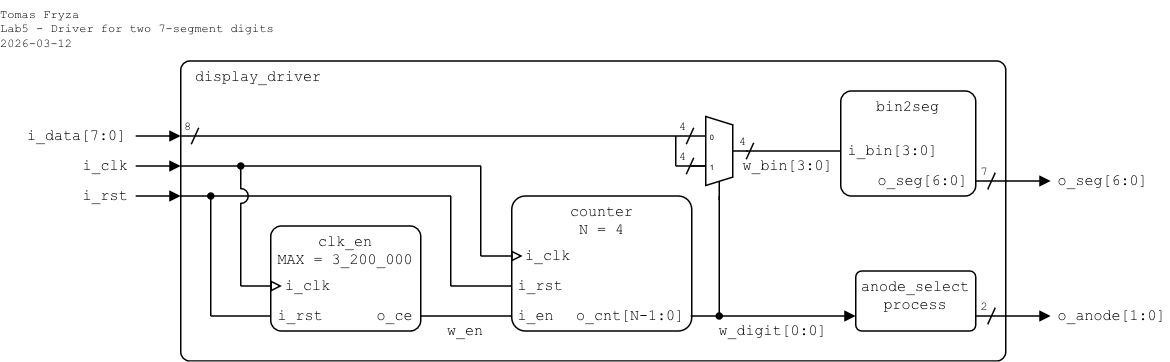
Earlier version of the draw.io export lab5-display/images/schematic_display-driver.png (tomas-fryza/verilog-examples). Source tidied: cells renumbered, new cells last; positions are measured from the earlier drawing's top-left corner, leaving out a move shared by most shapes. The source it was exported from:
```xml
<mxGraphModel>
  <root>
    <mxCell id="0" />
    <mxCell id="1" parent="0" />
    <mxCell id="2" value="display_driver" style="rounded=1;arcSize=3;whiteSpace=wrap;html=1;align=left;verticalAlign=top;fontFamily=Courier New;absoluteArcSize=0;fillColor=none;fontSize=10;spacingLeft=10;imageHeight=24;spacing=0;" parent="1" vertex="1">
      <mxGeometry x="120" y="40" width="550" height="200" as="geometry" />
    </mxCell>
    <mxCell id="3" value="clk_en&lt;div&gt;MAX = 3_200_000&lt;br&gt;&lt;/div&gt;" style="rounded=1;arcSize=10;align=center;verticalAlign=top;fontFamily=Courier New;absoluteArcSize=0;fillColor=none;fixDash=0;fontSize=10;spacingLeft=0;labelBorderColor=none;spacingTop=0;spacing=0;labelBackgroundColor=none;whiteSpace=wrap;html=1;strokeWidth=1;shadow=0;glass=0;" parent="1" vertex="1">
      <mxGeometry x="180" y="150" width="100" height="70" as="geometry" />
    </mxCell>
    <mxCell id="4" value="o_ce" style="text;html=1;align=right;verticalAlign=middle;whiteSpace=wrap;rounded=0;fontFamily=Courier New;fontSize=10;fillOpacity=100;spacing=0;spacingRight=5;" parent="1" vertex="1">
      <mxGeometry x="250" y="200" width="30" height="20" as="geometry" />
    </mxCell>
    <mxCell id="5" style="endArrow=none;html=1;rounded=0;endFill=0;endSize=5;startSize=5;" parent="1" edge="1">
      <mxGeometry relative="1" as="geometry">
        <mxPoint x="497" y="100" as="sourcePoint" />
        <mxPoint x="560" y="100" as="targetPoint" />
      </mxGeometry>
    </mxCell>
    <mxCell id="6" style="endArrow=block;html=1;rounded=0;endFill=1;endSize=5;startSize=5;" parent="1" edge="1">
      <mxGeometry relative="1" as="geometry">
        <mxPoint x="90" y="90" as="sourcePoint" />
        <mxPoint x="120" y="90" as="targetPoint" />
      </mxGeometry>
    </mxCell>
    <mxCell id="7" value="i_data[7:0]" style="text;html=1;align=right;verticalAlign=middle;whiteSpace=wrap;rounded=0;fontFamily=Courier New;fontSize=10;fillOpacity=100;spacing=0;spacingLeft=0;spacingRight=5;" parent="1" vertex="1">
      <mxGeometry x="10" y="80" width="79" height="20" as="geometry" />
    </mxCell>
    <mxCell id="8" value="w_bin[3:0]" style="text;html=1;align=center;verticalAlign=middle;whiteSpace=wrap;rounded=0;fontFamily=Courier New;fontSize=10;fillOpacity=100;spacing=2;spacingLeft=0;" parent="1" vertex="1">
      <mxGeometry x="490" y="100" width="70" height="20" as="geometry" />
    </mxCell>
    <mxCell id="9" value="Mux" style="shadow=0;dashed=0;align=center;html=1;strokeWidth=1;shape=mxgraph.electrical.abstract.mux2;whiteSpace=wrap;fontSize=10;fontFamily=Courier New;fontColor=none;noLabel=1;" parent="1" vertex="1">
      <mxGeometry x="460" y="77" width="38" height="56" as="geometry" />
    </mxCell>
    <mxCell id="10" style="endArrow=none;html=1;rounded=0;endFill=0;endSize=5;startSize=5;" parent="1" edge="1">
      <mxGeometry relative="1" as="geometry">
        <mxPoint x="120" y="90" as="sourcePoint" />
        <mxPoint x="460" y="90" as="targetPoint" />
      </mxGeometry>
    </mxCell>
    <mxCell id="11" style="endArrow=none;html=1;rounded=0;endFill=0;endSize=5;startSize=5;" parent="1" edge="1">
      <mxGeometry relative="1" as="geometry">
        <mxPoint x="450" y="110" as="sourcePoint" />
        <mxPoint x="470" y="110" as="targetPoint" />
      </mxGeometry>
    </mxCell>
    <mxCell id="12" style="endArrow=oval;html=1;rounded=0;startArrow=none;startFill=0;endSize=4;startSize=4;endFill=1;" parent="1" edge="1">
      <mxGeometry relative="1" as="geometry">
        <mxPoint x="479" y="130" as="sourcePoint" />
        <mxPoint x="479" y="210" as="targetPoint" />
      </mxGeometry>
    </mxCell>
    <mxCell id="13" style="endArrow=block;html=1;rounded=0;endFill=1;orthogonal=1;endSize=5;startSize=5;" parent="1" edge="1">
      <mxGeometry relative="1" as="geometry">
        <mxPoint x="460" y="210" as="sourcePoint" />
        <mxPoint x="570" y="210" as="targetPoint" />
      </mxGeometry>
    </mxCell>
    <mxCell id="14" value="o_anode[1:0]" style="text;html=1;align=left;verticalAlign=middle;whiteSpace=wrap;rounded=0;fontFamily=Courier New;fontSize=10;fillOpacity=100;spacing=0;spacingLeft=5;" parent="1" vertex="1">
      <mxGeometry x="700" y="200" width="80" height="20" as="geometry" />
    </mxCell>
    <mxCell id="15" style="endArrow=block;html=1;rounded=0;endFill=1;endSize=5;startSize=5;" parent="1" edge="1">
      <mxGeometry relative="1" as="geometry">
        <mxPoint x="650" y="120" as="sourcePoint" />
        <mxPoint x="700" y="120" as="targetPoint" />
      </mxGeometry>
    </mxCell>
    <mxCell id="16" value="o_seg[6:0]" style="text;html=1;align=left;verticalAlign=middle;whiteSpace=wrap;rounded=0;fontFamily=Courier New;fontSize=10;fillOpacity=100;spacing=0;spacingLeft=5;" parent="1" vertex="1">
      <mxGeometry x="700" y="110" width="70" height="20" as="geometry" />
    </mxCell>
    <mxCell id="17" value="7" style="text;html=1;align=center;verticalAlign=middle;whiteSpace=wrap;rounded=0;fontFamily=Courier New;fontSize=8;fillOpacity=100;spacing=2;spacingRight=0;" parent="1" vertex="1">
      <mxGeometry x="651" y="104" width="10" height="20" as="geometry" />
    </mxCell>
    <mxCell id="18" style="endArrow=none;html=1;rounded=0;startArrow=none;startFill=0;endSize=4;startSize=4;" parent="1" edge="1">
      <mxGeometry relative="1" as="geometry">
        <mxPoint x="663" y="114.5" as="sourcePoint" />
        <mxPoint x="658" y="125.5" as="targetPoint" />
      </mxGeometry>
    </mxCell>
    <mxCell id="19" value="4" style="text;html=1;align=center;verticalAlign=middle;whiteSpace=wrap;rounded=0;fontFamily=Courier New;fontSize=8;fillOpacity=100;spacing=2;spacingRight=0;" parent="1" vertex="1">
      <mxGeometry x="450" y="94" width="10" height="20" as="geometry" />
    </mxCell>
    <mxCell id="20" style="endArrow=none;html=1;rounded=0;startArrow=none;startFill=0;endSize=4;startSize=4;" parent="1" edge="1">
      <mxGeometry relative="1" as="geometry">
        <mxPoint x="462" y="104.5" as="sourcePoint" />
        <mxPoint x="457" y="115.5" as="targetPoint" />
      </mxGeometry>
    </mxCell>
    <mxCell id="21" value="4" style="text;html=1;align=center;verticalAlign=middle;whiteSpace=wrap;rounded=0;fontFamily=Courier New;fontSize=8;fillOpacity=100;spacing=2;spacingRight=0;" parent="1" vertex="1">
      <mxGeometry x="450" y="74" width="10" height="20" as="geometry" />
    </mxCell>
    <mxCell id="22" style="endArrow=none;html=1;rounded=0;startArrow=none;startFill=0;endSize=4;startSize=4;" parent="1" edge="1">
      <mxGeometry relative="1" as="geometry">
        <mxPoint x="462" y="84.5" as="sourcePoint" />
        <mxPoint x="457" y="95.5" as="targetPoint" />
      </mxGeometry>
    </mxCell>
    <mxCell id="23" value="4" style="text;html=1;align=center;verticalAlign=middle;whiteSpace=wrap;rounded=0;fontFamily=Courier New;fontSize=8;fillOpacity=100;spacing=2;spacingRight=0;" parent="1" vertex="1">
      <mxGeometry x="490" y="84" width="10" height="20" as="geometry" />
    </mxCell>
    <mxCell id="24" style="endArrow=none;html=1;rounded=0;startArrow=none;startFill=0;endSize=4;startSize=4;" parent="1" edge="1">
      <mxGeometry relative="1" as="geometry">
        <mxPoint x="502" y="94.5" as="sourcePoint" />
        <mxPoint x="497" y="105.5" as="targetPoint" />
      </mxGeometry>
    </mxCell>
    <mxCell id="25" value="&lt;div&gt;Tomas Fryza&lt;/div&gt;&lt;div&gt;Lab5 - Driver for two 7-segment digits&lt;/div&gt;&lt;div&gt;2026-03-12&lt;/div&gt;" style="text;html=1;align=left;verticalAlign=top;whiteSpace=wrap;rounded=0;fontFamily=Courier New;fontSize=8;fillOpacity=100;spacing=0;spacingLeft=0;" parent="1" vertex="1">
      <mxGeometry width="200" height="40" as="geometry" />
    </mxCell>
    <mxCell id="26" style="endArrow=none;html=1;rounded=0;startArrow=none;startFill=0;endSize=4;startSize=4;" parent="1" edge="1">
      <mxGeometry relative="1" as="geometry">
        <mxPoint x="450" y="90" as="sourcePoint" />
        <mxPoint x="450" y="110" as="targetPoint" />
      </mxGeometry>
    </mxCell>
    <mxCell id="27" value="8" style="text;html=1;align=center;verticalAlign=middle;whiteSpace=wrap;rounded=0;fontFamily=Courier New;fontSize=8;fillOpacity=100;spacing=2;spacingRight=0;" parent="1" vertex="1">
      <mxGeometry x="120" y="74" width="10" height="20" as="geometry" />
    </mxCell>
    <mxCell id="28" style="endArrow=none;html=1;rounded=0;startArrow=none;startFill=0;endSize=4;startSize=4;" parent="1" edge="1">
      <mxGeometry relative="1" as="geometry">
        <mxPoint x="132" y="84.5" as="sourcePoint" />
        <mxPoint x="127" y="95.5" as="targetPoint" />
      </mxGeometry>
    </mxCell>
    <mxCell id="29" style="endArrow=none;html=1;rounded=0;endFill=0;endSize=5;startSize=5;" parent="1" edge="1">
      <mxGeometry relative="1" as="geometry">
        <mxPoint x="280" y="210" as="sourcePoint" />
        <mxPoint x="340" y="210" as="targetPoint" />
      </mxGeometry>
    </mxCell>
    <mxCell id="30" style="endArrow=block;html=1;rounded=0;endFill=0;endSize=5;startSize=5;" parent="1" edge="1">
      <mxGeometry relative="1" as="geometry">
        <mxPoint x="160" y="190" as="sourcePoint" />
        <mxPoint x="187.5" y="190" as="targetPoint" />
      </mxGeometry>
    </mxCell>
    <mxCell id="31" value="i_rst" style="text;html=1;align=right;verticalAlign=middle;whiteSpace=wrap;rounded=0;fontFamily=Courier New;fontSize=10;fillOpacity=100;spacing=0;spacingLeft=0;spacingRight=5;" parent="1" vertex="1">
      <mxGeometry x="50" y="120" width="39.6" height="20" as="geometry" />
    </mxCell>
    <mxCell id="32" style="endArrow=none;html=1;rounded=0;endFill=0;endSize=5;startSize=5;" parent="1" edge="1">
      <mxGeometry relative="1" as="geometry">
        <mxPoint x="140" y="210" as="sourcePoint" />
        <mxPoint x="180" y="210" as="targetPoint" />
      </mxGeometry>
    </mxCell>
    <mxCell id="33" style="endArrow=none;html=1;rounded=0;startArrow=oval;startFill=1;endSize=4;startSize=4;" parent="1" edge="1">
      <mxGeometry relative="1" as="geometry">
        <mxPoint x="140" y="130" as="sourcePoint" />
        <mxPoint x="140" y="210" as="targetPoint" />
      </mxGeometry>
    </mxCell>
    <mxCell id="34" style="endArrow=none;html=1;rounded=0;startArrow=none;startFill=0;endSize=4;startSize=4;" parent="1" edge="1">
      <mxGeometry relative="1" as="geometry">
        <mxPoint x="160" y="134.5" as="sourcePoint" />
        <mxPoint x="160" y="190" as="targetPoint" />
      </mxGeometry>
    </mxCell>
    <mxCell id="35" value="i_rst" style="text;html=1;align=left;verticalAlign=middle;whiteSpace=wrap;rounded=0;fontFamily=Courier New;fontSize=10;fillOpacity=100;spacingLeft=5;spacing=0;" parent="1" vertex="1">
      <mxGeometry x="180" y="200" width="40" height="20" as="geometry" />
    </mxCell>
    <mxCell id="36" value="i_clk" style="text;html=1;align=left;verticalAlign=middle;whiteSpace=wrap;rounded=0;fontFamily=Courier New;fontSize=10;fillOpacity=100;spacing=0;spacingLeft=10;" parent="1" vertex="1">
      <mxGeometry x="180" y="180" width="40.6" height="20" as="geometry" />
    </mxCell>
    <mxCell id="37" style="endArrow=none;html=1;rounded=0;endFill=0;endSize=5;startSize=5;" parent="1" edge="1">
      <mxGeometry relative="1" as="geometry">
        <mxPoint x="120" y="110" as="sourcePoint" />
        <mxPoint x="320" y="110" as="targetPoint" />
      </mxGeometry>
    </mxCell>
    <mxCell id="38" style="endArrow=none;html=1;rounded=0;endFill=0;endSize=5;startSize=5;" parent="1" edge="1">
      <mxGeometry relative="1" as="geometry">
        <mxPoint x="120" y="130" as="sourcePoint" />
        <mxPoint x="300" y="130" as="targetPoint" />
      </mxGeometry>
    </mxCell>
    <mxCell id="39" style="endArrow=block;html=1;rounded=0;endFill=1;endSize=5;startSize=5;" parent="1" edge="1">
      <mxGeometry relative="1" as="geometry">
        <mxPoint x="90" y="130" as="sourcePoint" />
        <mxPoint x="120" y="130" as="targetPoint" />
      </mxGeometry>
    </mxCell>
    <mxCell id="40" style="endArrow=block;html=1;rounded=0;endFill=1;endSize=5;startSize=5;" parent="1" edge="1">
      <mxGeometry relative="1" as="geometry">
        <mxPoint x="90" y="110" as="sourcePoint" />
        <mxPoint x="120" y="110" as="targetPoint" />
      </mxGeometry>
    </mxCell>
    <mxCell id="41" value="i_clk" style="text;html=1;align=right;verticalAlign=middle;whiteSpace=wrap;rounded=0;fontFamily=Courier New;fontSize=10;fillOpacity=100;spacing=0;spacingLeft=0;spacingRight=5;" parent="1" vertex="1">
      <mxGeometry x="50" y="100" width="40" height="20" as="geometry" />
    </mxCell>
    <mxCell id="42" style="endArrow=oval;html=1;rounded=0;startArrow=none;startFill=0;endSize=4;startSize=4;endFill=1;" parent="1" edge="1">
      <mxGeometry relative="1" as="geometry">
        <mxPoint x="160" y="125.5" as="sourcePoint" />
        <mxPoint x="160" y="110" as="targetPoint" />
      </mxGeometry>
    </mxCell>
    <mxCell id="43" style="verticalLabelPosition=bottom;verticalAlign=top;html=1;shape=mxgraph.basic.arc;startAngle=0.75;endAngle=0.25;rotation=90;" parent="1" vertex="1">
      <mxGeometry x="155" y="125" width="10" height="10" as="geometry" />
    </mxCell>
    <mxCell id="44" style="endArrow=none;html=1;rounded=0;startArrow=none;startFill=0;endSize=4;startSize=4;" parent="1" edge="1">
      <mxGeometry relative="1" as="geometry">
        <mxPoint x="320" y="170" as="sourcePoint" />
        <mxPoint x="320" y="110" as="targetPoint" />
      </mxGeometry>
    </mxCell>
    <mxCell id="45" style="endArrow=none;html=1;rounded=0;startArrow=none;startFill=0;endSize=4;startSize=4;" parent="1" edge="1">
      <mxGeometry relative="1" as="geometry">
        <mxPoint x="300" y="130" as="sourcePoint" />
        <mxPoint x="300" y="190" as="targetPoint" />
      </mxGeometry>
    </mxCell>
    <mxCell id="46" style="endArrow=block;html=1;rounded=0;endFill=0;endSize=5;startSize=5;" parent="1" edge="1">
      <mxGeometry relative="1" as="geometry">
        <mxPoint x="320" y="170" as="sourcePoint" />
        <mxPoint x="348" y="170" as="targetPoint" />
      </mxGeometry>
    </mxCell>
    <mxCell id="47" style="endArrow=none;html=1;rounded=0;endFill=0;endSize=5;startSize=5;" parent="1" edge="1">
      <mxGeometry relative="1" as="geometry">
        <mxPoint x="300" y="190" as="sourcePoint" />
        <mxPoint x="340" y="190" as="targetPoint" />
      </mxGeometry>
    </mxCell>
    <mxCell id="48" value="w_en" style="text;html=1;align=center;verticalAlign=middle;whiteSpace=wrap;rounded=0;fontFamily=Courier New;fontSize=10;fillOpacity=100;spacing=2;spacingLeft=0;" parent="1" vertex="1">
      <mxGeometry x="280" y="210" width="60" height="20" as="geometry" />
    </mxCell>
    <mxCell id="49" value="w_digit[0:0]" style="text;html=1;align=center;verticalAlign=middle;whiteSpace=wrap;rounded=0;fontFamily=Courier New;fontSize=10;fillOpacity=100;spacing=2;spacingLeft=0;" parent="1" vertex="1">
      <mxGeometry x="460" y="210" width="110" height="20" as="geometry" />
    </mxCell>
    <mxCell id="50" value="anode_select&lt;br&gt;process" style="rounded=1;arcSize=10;align=center;verticalAlign=top;fontFamily=Courier New;absoluteArcSize=0;fillColor=none;fixDash=0;fontSize=10;spacingLeft=0;labelBorderColor=none;spacingTop=0;spacing=0;labelBackgroundColor=none;whiteSpace=wrap;html=1;strokeWidth=1;shadow=0;glass=0;" parent="1" vertex="1">
      <mxGeometry x="570" y="180" width="80" height="40" as="geometry" />
    </mxCell>
    <mxCell id="51" style="endArrow=block;html=1;rounded=0;endFill=1;orthogonal=1;endSize=5;startSize=5;" parent="1" edge="1">
      <mxGeometry relative="1" as="geometry">
        <mxPoint x="650" y="210" as="sourcePoint" />
        <mxPoint x="700" y="210" as="targetPoint" />
      </mxGeometry>
    </mxCell>
    <mxCell id="52" value="2" style="text;html=1;align=center;verticalAlign=middle;whiteSpace=wrap;rounded=0;fontFamily=Courier New;fontSize=8;fillOpacity=100;spacing=2;spacingRight=0;" parent="1" vertex="1">
      <mxGeometry x="651" y="194" width="10" height="20" as="geometry" />
    </mxCell>
    <mxCell id="53" style="endArrow=none;html=1;rounded=0;startArrow=none;startFill=0;endSize=4;startSize=4;" parent="1" edge="1">
      <mxGeometry relative="1" as="geometry">
        <mxPoint x="663" y="204.5" as="sourcePoint" />
        <mxPoint x="658" y="215.5" as="targetPoint" />
      </mxGeometry>
    </mxCell>
    <mxCell id="54" style="rounded=0;whiteSpace=wrap;html=1;strokeColor=none;" parent="1" vertex="1">
      <mxGeometry x="480" y="125" width="20" height="15" as="geometry" />
    </mxCell>
    <mxCell id="55" value="bin2seg" style="rounded=1;arcSize=10;align=center;verticalAlign=top;fontFamily=Courier New;absoluteArcSize=0;fillColor=none;fixDash=0;fontSize=10;spacingLeft=0;labelBorderColor=none;spacingTop=0;spacing=0;labelBackgroundColor=none;whiteSpace=wrap;html=1;strokeWidth=1;shadow=0;glass=0;" parent="1" vertex="1">
      <mxGeometry x="560" y="60" width="90" height="70" as="geometry" />
    </mxCell>
    <mxCell id="56" value="i_bin[3:0]" style="text;html=1;align=left;verticalAlign=middle;whiteSpace=wrap;rounded=0;fontFamily=Courier New;fontSize=10;fillOpacity=100;spacingLeft=5;spacing=0;" parent="1" vertex="1">
      <mxGeometry x="560" y="90" width="70" height="20" as="geometry" />
    </mxCell>
    <mxCell id="57" value="o_seg[6:0]" style="text;html=1;align=right;verticalAlign=middle;whiteSpace=wrap;rounded=0;fontFamily=Courier New;fontSize=10;fillOpacity=100;spacing=0;spacingRight=5;" parent="1" vertex="1">
      <mxGeometry x="570" y="110" width="80" height="20" as="geometry" />
    </mxCell>
    <mxCell id="58" value="&lt;div&gt;counter&lt;/div&gt;&lt;div&gt;N = 4&lt;/div&gt;" style="rounded=1;arcSize=10;align=center;verticalAlign=top;fontFamily=Courier New;absoluteArcSize=0;fillColor=none;fixDash=0;fontSize=10;spacingLeft=0;labelBorderColor=none;spacingTop=0;spacing=0;labelBackgroundColor=none;whiteSpace=wrap;html=1;strokeWidth=1;shadow=0;glass=0;" parent="1" vertex="1">
      <mxGeometry x="340.6" y="130" width="120" height="90" as="geometry" />
    </mxCell>
    <mxCell id="59" value="i_rst" style="text;html=1;align=left;verticalAlign=middle;whiteSpace=wrap;rounded=0;fontFamily=Courier New;fontSize=10;fillOpacity=100;spacingLeft=5;spacing=0;" parent="1" vertex="1">
      <mxGeometry x="340" y="180" width="40.6" height="20" as="geometry" />
    </mxCell>
    <mxCell id="60" value="i_clk" style="text;html=1;align=left;verticalAlign=middle;whiteSpace=wrap;rounded=0;fontFamily=Courier New;fontSize=10;fillOpacity=100;spacing=0;spacingLeft=10;" parent="1" vertex="1">
      <mxGeometry x="340" y="160" width="40.6" height="20" as="geometry" />
    </mxCell>
    <mxCell id="61" value="o_cnt[N-1:0]" style="text;html=1;align=right;verticalAlign=middle;whiteSpace=wrap;rounded=0;fontFamily=Courier New;fontSize=10;fillOpacity=100;spacing=0;spacingRight=5;" parent="1" vertex="1">
      <mxGeometry x="380.6" y="200" width="80" height="20" as="geometry" />
    </mxCell>
    <mxCell id="62" value="i_en" style="text;html=1;align=left;verticalAlign=middle;whiteSpace=wrap;rounded=0;fontFamily=Courier New;fontSize=10;fillOpacity=100;spacingLeft=5;spacing=0;" parent="1" vertex="1">
      <mxGeometry x="340" y="200" width="30.6" height="20" as="geometry" />
    </mxCell>
  </root>
</mxGraphModel>
```
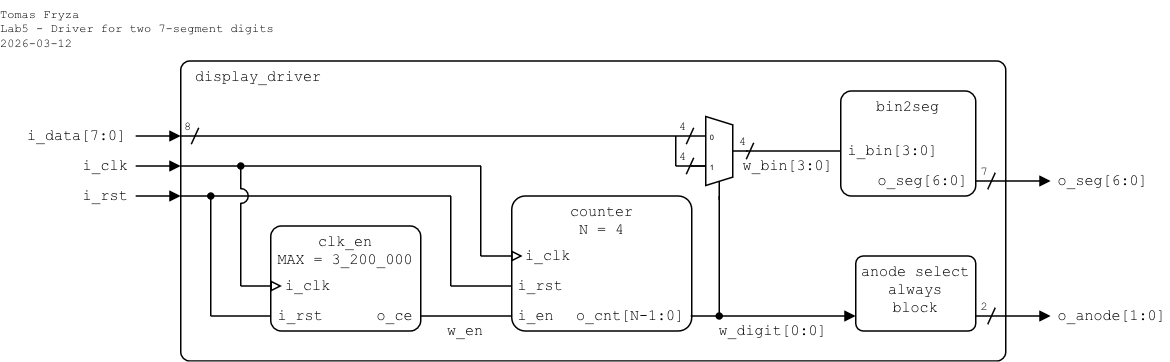
After the change.

Change to the diagram source:
```diff
@@ -227,8 +227,8 @@
     <mxCell id="49" value="w_digit[0:0]" style="text;html=1;align=center;verticalAlign=middle;whiteSpace=wrap;rounded=0;fontFamily=Courier New;fontSize=10;fillOpacity=100;spacing=2;spacingLeft=0;" parent="1" vertex="1">
       <mxGeometry x="460" y="210" width="110" height="20" as="geometry" />
     </mxCell>
-    <mxCell id="50" value="anode_select&lt;br&gt;process" style="rounded=1;arcSize=10;align=center;verticalAlign=top;fontFamily=Courier New;absoluteArcSize=0;fillColor=none;fixDash=0;fontSize=10;spacingLeft=0;labelBorderColor=none;spacingTop=0;spacing=0;labelBackgroundColor=none;whiteSpace=wrap;html=1;strokeWidth=1;shadow=0;glass=0;" parent="1" vertex="1">
-      <mxGeometry x="570" y="180" width="80" height="40" as="geometry" />
+    <mxCell id="50" value="anode select&lt;br&gt;always&lt;br&gt;block" style="rounded=1;arcSize=10;align=center;verticalAlign=top;fontFamily=Courier New;absoluteArcSize=0;fillColor=none;fixDash=0;fontSize=10;spacingLeft=0;labelBorderColor=none;spacingTop=0;spacing=0;labelBackgroundColor=none;whiteSpace=wrap;html=1;strokeWidth=1;shadow=0;glass=0;" parent="1" vertex="1">
+      <mxGeometry x="570" y="170" width="80" height="50" as="geometry" />
     </mxCell>
     <mxCell id="51" style="endArrow=block;html=1;rounded=0;endFill=1;orthogonal=1;endSize=5;startSize=5;" parent="1" edge="1">
       <mxGeometry relative="1" as="geometry">
```
